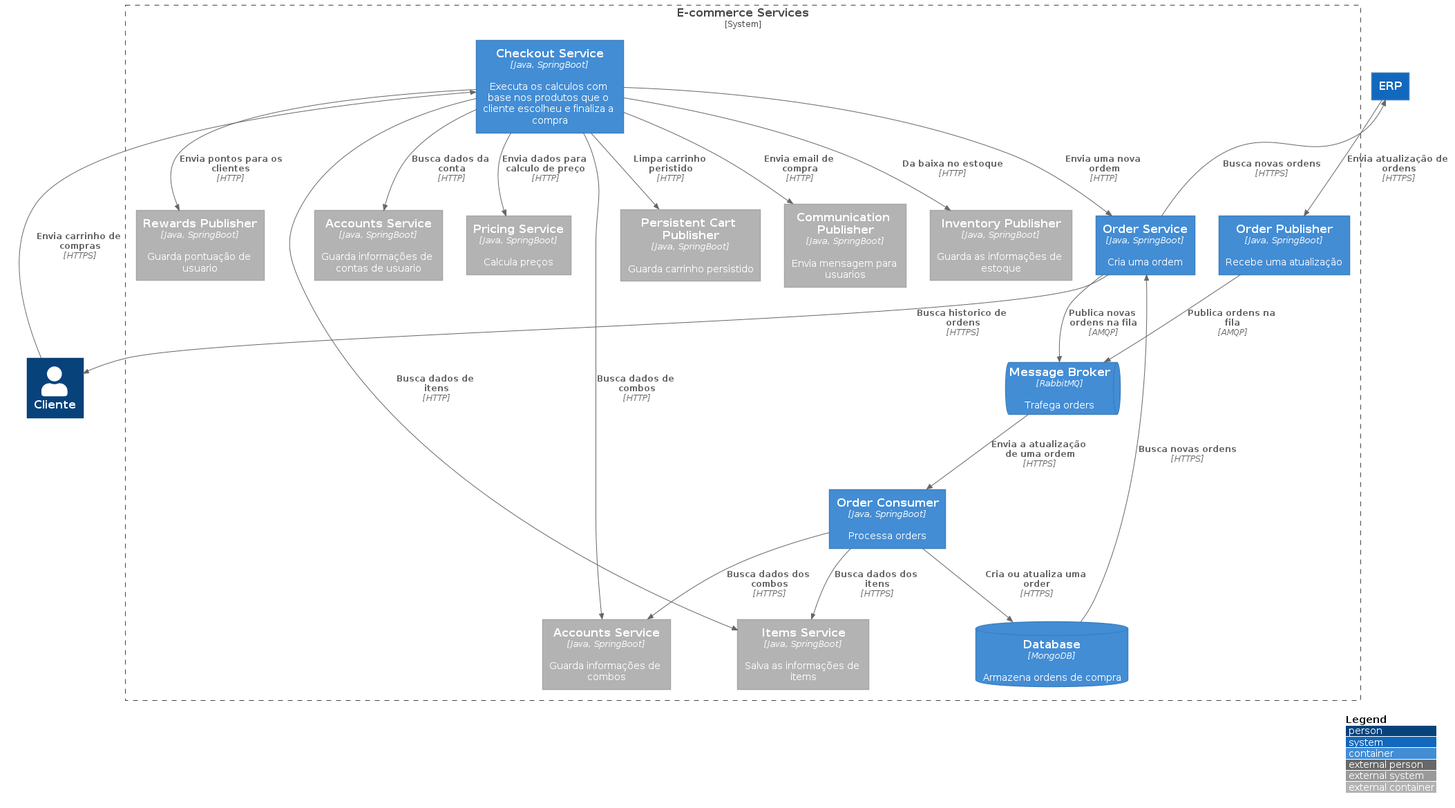
Above: out/Legado/Legado-C2/C2 - Legado.png in lvictor05/IGTI-ProjetoFinal (PlantUML), before the change. The source it was exported from:
```plantuml
@startuml C2 - Legado
!include https://raw.githubusercontent.com/plantuml-stdlib/C4-PlantUML/master/C4_Container.puml

LAYOUT_WITH_LEGEND()

Person(cliente, "Cliente")

System_Boundary(b_checkout, "E-commerce Services") {
    Container(checkout, "Checkout Service", "Java, SpringBoot", "Executa os calculos com base nos produtos que o cliente escolheu e finaliza a compra")
    Container(order_service, "Order Service", "Java, SpringBoot", "Cria uma ordem")
    Container(order_consumer, "Order Consumer", "Java, SpringBoot", "Processa orders")
    Container(order_publisher, "Order Publisher", "Java, SpringBoot", "Recebe uma atualização")
    ContainerQueue(rabbit, "Message Broker", "RabbitMQ", "Trafega orders")
    ContainerDb(mongo, "Database", "MongoDB", "Armazena ordens de compra")

    Container_Ext(accounts, "Accounts Service", "Java, SpringBoot", "Guarda informações de contas de usuario")
    Container_Ext(pricing, "Pricing Service", "Java, SpringBoot", "Calcula preços")
    Container_Ext(combos, "Accounts Service", "Java, SpringBoot", "Guarda informações de combos")
    Container_Ext(items, "Items Service", "Java, SpringBoot", "Salva as informações de items")
    Container_Ext(persistentCart, "Persistent Cart Publisher", "Java, SpringBoot", "Guarda carrinho persistido")
    Container_Ext(communications, "Communication Publisher", "Java, SpringBoot", "Envia mensagem para usuarios")
    Container_Ext(inventory, "Inventory Publisher", "Java, SpringBoot", "Guarda as informações de estoque")
    Container_Ext(rewards, "Rewards Publisher", "Java, SpringBoot", "Guarda pontuação de usuario")
}

System(erp, "ERP")
Rel(cliente, checkout, "Envia carrinho de compras", "HTTPS")

Rel(checkout, order_service, "Envia uma nova ordem", "HTTP")
Rel(checkout, accounts, "Busca dados da conta", "HTTP")
Rel(checkout, pricing, "Envia dados para calculo de preço", "HTTP")
Rel(checkout, combos, "Busca dados de combos", "HTTP")
Rel(checkout, items, "Busca dados de itens", "HTTP")
Rel(checkout, persistentCart, "Limpa carrinho peristido", "HTTP")
Rel(checkout, communications, "Envia email de compra", "HTTP")
Rel(checkout, inventory, "Da baixa no estoque", "HTTP")
Rel(checkout, rewards, "Envia pontos para os clientes", "HTTP")


Rel(order_service, cliente, "Busca historico de ordens", "HTTPS")
Rel(order_service, rabbit, "Publica novas ordens na fila", "AMQP")
Rel(order_service, erp, "Busca novas ordens", "HTTPS")

Rel(order_consumer, mongo, "Cria ou atualiza uma order", "HTTPS")
Rel(order_consumer, items, "Busca dados dos itens", "HTTPS")
Rel(order_consumer, combos, "Busca dados dos combos", "HTTPS")

Rel(rabbit, order_consumer, "Envia a atualização de uma ordem", "HTTPS")

Rel(order_publisher, rabbit, "Publica ordens na fila", "AMQP")

Rel(erp, order_publisher, "Envia atualização de ordens", "HTTPS")

Rel(mongo, order_service, "Busca novas ordens", "HTTPS")
@enduml
```
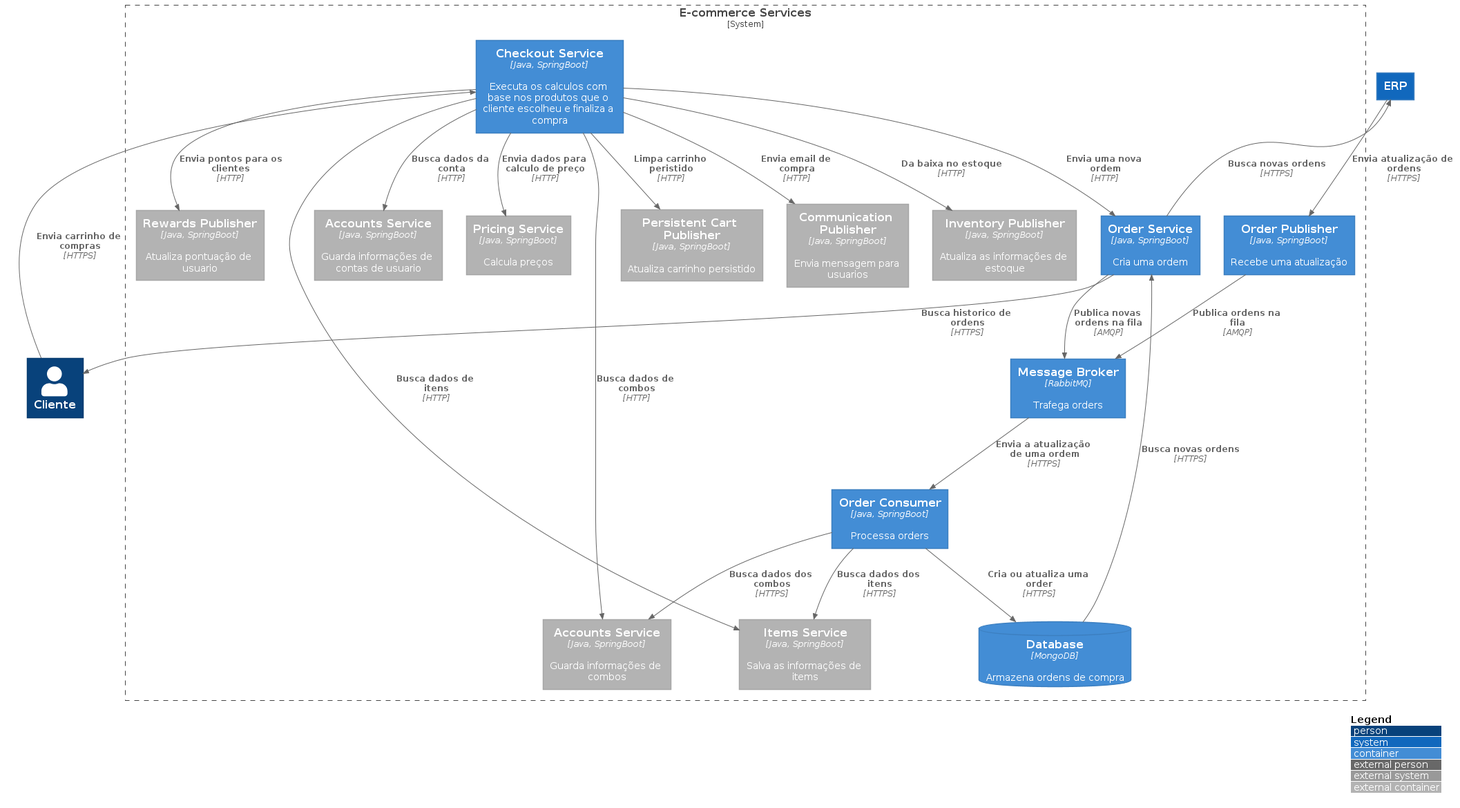
After the change.

The edit, as a diff of the source:
```diff
@@ -10,17 +10,17 @@
     Container(order_service, "Order Service", "Java, SpringBoot", "Cria uma ordem")
     Container(order_consumer, "Order Consumer", "Java, SpringBoot", "Processa orders")
     Container(order_publisher, "Order Publisher", "Java, SpringBoot", "Recebe uma atualização")
-    ContainerQueue(rabbit, "Message Broker", "RabbitMQ", "Trafega orders")
+    Container(rabbit, "Message Broker", "RabbitMQ", "Trafega orders")
     ContainerDb(mongo, "Database", "MongoDB", "Armazena ordens de compra")
 
     Container_Ext(accounts, "Accounts Service", "Java, SpringBoot", "Guarda informações de contas de usuario")
     Container_Ext(pricing, "Pricing Service", "Java, SpringBoot", "Calcula preços")
     Container_Ext(combos, "Accounts Service", "Java, SpringBoot", "Guarda informações de combos")
     Container_Ext(items, "Items Service", "Java, SpringBoot", "Salva as informações de items")
-    Container_Ext(persistentCart, "Persistent Cart Publisher", "Java, SpringBoot", "Guarda carrinho persistido")
+    Container_Ext(persistentCart, "Persistent Cart Publisher", "Java, SpringBoot", "Atualiza carrinho persistido")
     Container_Ext(communications, "Communication Publisher", "Java, SpringBoot", "Envia mensagem para usuarios")
-    Container_Ext(inventory, "Inventory Publisher", "Java, SpringBoot", "Guarda as informações de estoque")
-    Container_Ext(rewards, "Rewards Publisher", "Java, SpringBoot", "Guarda pontuação de usuario")
+    Container_Ext(inventory, "Inventory Publisher", "Java, SpringBoot", "Atualiza as informações de estoque")
+    Container_Ext(rewards, "Rewards Publisher", "Java, SpringBoot", "Atualiza pontuação de usuario")
 }
 
 System(erp, "ERP")
```
